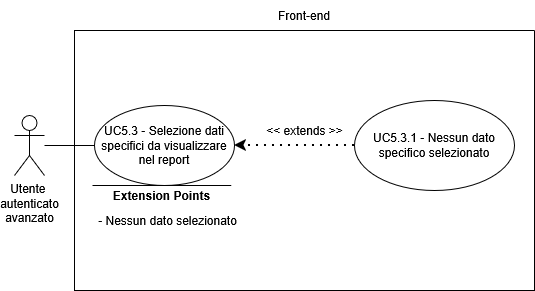
The draw.io diagram assets/diagrams/UC5_3.png in SkarabGroup/DocumentazioneProgetto, before a commit. Source tidied: cells renumbered, new cells last; positions are measured from the earlier drawing's top-left corner, leaving out a move shared by most shapes.
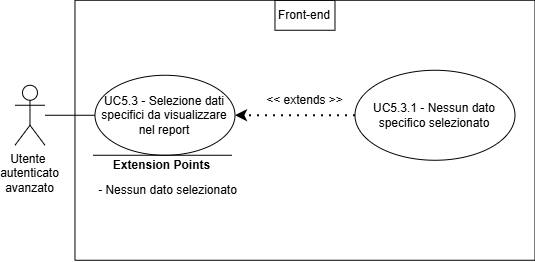
The same file after the commit.

Change to the diagram source:
```diff
@@ -5,38 +5,38 @@
     <mxCell id="2" value="&lt;div&gt;Utente&amp;nbsp;&lt;/div&gt;&lt;div&gt;autenticato&lt;/div&gt;&lt;div&gt;avanzato&lt;/div&gt;" style="shape=umlActor;verticalLabelPosition=bottom;verticalAlign=top;html=1;outlineConnect=0;" parent="1" vertex="1">
       <mxGeometry y="115" width="30" height="60" as="geometry" />
     </mxCell>
-    <mxCell id="3" style="swimlane;startSize=0;" parent="1" vertex="1">
-      <mxGeometry x="60" y="30" width="460" height="260" as="geometry" />
-    </mxCell>
+    <mxCell id="13" style="swimlane;startSize=0;" parent="1" vertex="1">
+      <mxGeometry x="60" y="30" width="460" height="260" as="geometry" />
+    </mxCell>
-    <mxCell id="4" value="UC5.3 - Selezione dati specifici da visualizzare nel report" style="ellipse;whiteSpace=wrap;html=1;" parent="3" vertex="1">
+    <mxCell id="4" value="UC5.3 - Selezione dati specifici da visualizzare nel report" style="ellipse;whiteSpace=wrap;html=1;" parent="13" vertex="1">
       <mxGeometry x="20" y="75" width="140" height="80" as="geometry" />
     </mxCell>
-    <mxCell id="5" value="UC5.3.1 - Nessun dato specifico selezionato" style="ellipse;whiteSpace=wrap;html=1;" parent="3" vertex="1">
+    <mxCell id="5" value="UC5.3.1 - Nessun dato specifico selezionato" style="ellipse;whiteSpace=wrap;html=1;" parent="13" vertex="1">
       <mxGeometry x="280" y="70" width="160" height="90" as="geometry" />
     </mxCell>
-    <mxCell id="6" style="endArrow=classic;dashed=1;html=1;dashPattern=1 3;strokeWidth=2;rounded=0;entryX=1;entryY=0.5;entryDx=0;entryDy=0;exitX=0;exitY=0.5;exitDx=0;exitDy=0;strokeColor=default;curved=0;endFill=1;endSize=6;" parent="3" edge="1" source="5" target="4">
+    <mxCell id="6" style="endArrow=classic;dashed=1;html=1;dashPattern=1 3;strokeWidth=2;rounded=0;entryX=1;entryY=0.5;entryDx=0;entryDy=0;exitX=0;exitY=0.5;exitDx=0;exitDy=0;strokeColor=default;curved=0;endFill=1;endSize=6;" parent="13" edge="1" source="5" target="4">
       <mxGeometry relative="1" as="geometry" />
     </mxCell>
-    <mxCell id="7" value="&lt;div&gt;&amp;lt;&amp;lt; extends &amp;gt;&amp;gt;&lt;/div&gt;" style="text;html=1;whiteSpace=wrap;strokeColor=none;fillColor=none;align=center;verticalAlign=middle;rounded=0;" parent="3" vertex="1">
+    <mxCell id="7" value="&lt;div&gt;&amp;lt;&amp;lt; extends &amp;gt;&amp;gt;&lt;/div&gt;" style="text;html=1;whiteSpace=wrap;strokeColor=none;fillColor=none;align=center;verticalAlign=middle;rounded=0;" parent="13" vertex="1">
       <mxGeometry x="182.5" y="85" width="95" height="30" as="geometry" />
     </mxCell>
-    <mxCell id="8" style="endArrow=none;html=1;rounded=0;" parent="3" edge="1">
-      <mxGeometry relative="1" as="geometry">
-        <mxPoint x="156.8" y="155" as="sourcePoint" />
-        <mxPoint x="18" y="155" as="targetPoint" />
-      </mxGeometry>
-    </mxCell>
+    <mxCell id="14" style="endArrow=none;html=1;rounded=0;" parent="13" edge="1">
+      <mxGeometry relative="1" as="geometry">
+        <mxPoint x="156.8" y="155" as="sourcePoint" />
+        <mxPoint x="18" y="155" as="targetPoint" />
+      </mxGeometry>
+    </mxCell>
-    <mxCell id="9" value="&lt;b&gt;Extension Points&lt;/b&gt;" style="text;html=1;whiteSpace=wrap;strokeColor=none;fillColor=none;align=center;verticalAlign=middle;rounded=0;strokeWidth=5;" parent="3" vertex="1">
+    <mxCell id="9" value="&lt;b&gt;Extension Points&lt;/b&gt;" style="text;html=1;whiteSpace=wrap;strokeColor=none;fillColor=none;align=center;verticalAlign=middle;rounded=0;strokeWidth=5;" parent="13" vertex="1">
       <mxGeometry x="29.9" y="150" width="115" height="30" as="geometry" />
     </mxCell>
-    <mxCell id="10" value="&lt;div align=&quot;center&quot;&gt;- Nessun dato selezionato&lt;/div&gt;" style="text;html=1;whiteSpace=wrap;strokeColor=none;fillColor=none;align=center;verticalAlign=middle;rounded=0;" parent="3" vertex="1">
+    <mxCell id="10" value="&lt;div align=&quot;center&quot;&gt;- Nessun dato selezionato&lt;/div&gt;" style="text;html=1;whiteSpace=wrap;strokeColor=none;fillColor=none;align=center;verticalAlign=middle;rounded=0;" parent="13" vertex="1">
       <mxGeometry x="20" y="150" width="147" height="80" as="geometry" />
     </mxCell>
+    <mxCell id="12" value="Front-end" style="text;html=1;whiteSpace=wrap;strokeColor=default;fillColor=none;align=center;verticalAlign=middle;rounded=0;perimeterSpacing=1;" parent="13" vertex="1">
+      <mxGeometry x="200" width="60" height="30" as="geometry" />
+    </mxCell>
     <mxCell id="11" style="endArrow=none;html=1;rounded=0;entryX=0;entryY=0.5;entryDx=0;entryDy=0;" parent="1" edge="1" source="2" target="4">
       <mxGeometry relative="1" as="geometry" />
     </mxCell>
-    <mxCell id="12" value="Front-end" style="text;html=1;whiteSpace=wrap;strokeColor=none;fillColor=none;align=center;verticalAlign=middle;rounded=0;" parent="1" vertex="1">
-      <mxGeometry x="260" width="60" height="30" as="geometry" />
-    </mxCell>
   </root>
 </mxGraphModel>
```
